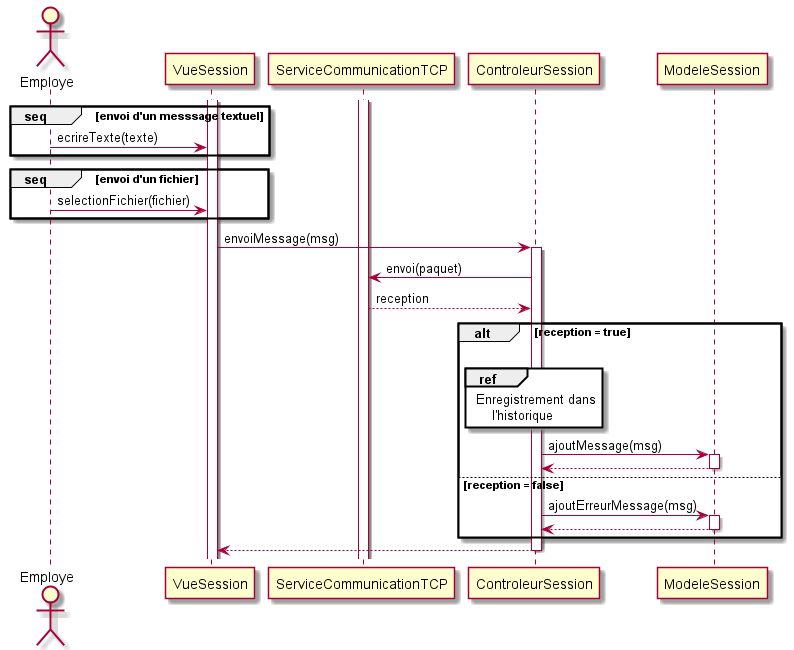
Earlier version of the PlantUML export sequence/envoi_message.png (arc-hugo/clavardage_uml).
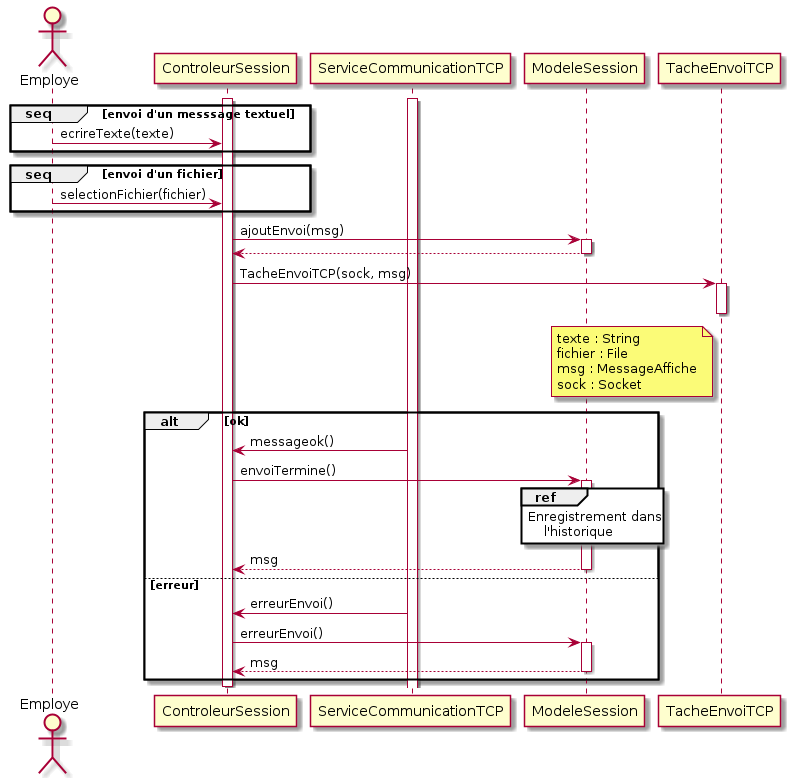
After the change.

Diff of the diagram source:
```diff
@@ -1,33 +1,43 @@
 @startuml envoi_message
 actor Employe
-activate VueSession
+activate ControleurSession
 activate ServiceCommunicationTCP
 group seq [envoi d'un messsage textuel]
-    Employe -> VueSession : ecrireTexte(texte)
+    Employe -> ControleurSession : ecrireTexte(texte)
 end
 group seq [envoi d'un fichier]
-    Employe -> VueSession : selectionFichier(fichier)
+    Employe -> ControleurSession : selectionFichier(fichier)
 end
-VueSession -> ControleurSession : envoiMessage(msg)
 activate ControleurSession
-ControleurSession -> ServiceCommunicationTCP : envoi(paquet)
-ServiceCommunicationTCP --> ControleurSession : reception
-alt reception = true
-    ControleurSession [hidden]-> ControleurSession
-    ref over ControleurSession
+ControleurSession -> ModeleSession : ajoutEnvoi(msg)
+activate ModeleSession
+ModeleSession --> ControleurSession
+deactivate ModeleSession
+ControleurSession -> TacheEnvoiTCP : TacheEnvoiTCP(sock, msg)
+note left of TacheEnvoiTCP
+texte : String
+fichier : File
+msg : MessageAffiche
+sock : Socket
+end note
+activate TacheEnvoiTCP
+deactivate TacheEnvoiTCP
+alt ok
+    ServiceCommunicationTCP -> ControleurSession : messageok()
+    ControleurSession -> ModeleSession : envoiTermine()
+    ref over ModeleSession
         Enregistrement dans
             l'historique
     end ref
-    ControleurSession -> ModeleSession : ajoutMessage(msg)
     activate ModeleSession
-    ModeleSession --> ControleurSession
+    ModeleSession --> ControleurSession : msg
     deactivate ModeleSession
-else reception = false
-    ControleurSession -> ModeleSession : ajoutErreurMessage(msg)
+else erreur
+    ServiceCommunicationTCP -> ControleurSession : erreurEnvoi()
+    ControleurSession -> ModeleSession : erreurEnvoi()
     activate ModeleSession
-    ModeleSession --> ControleurSession
+    ModeleSession --> ControleurSession : msg
     deactivate ModeleSession
 end
-ControleurSession --> VueSession
 deactivate ControleurSession
 @enduml
```
